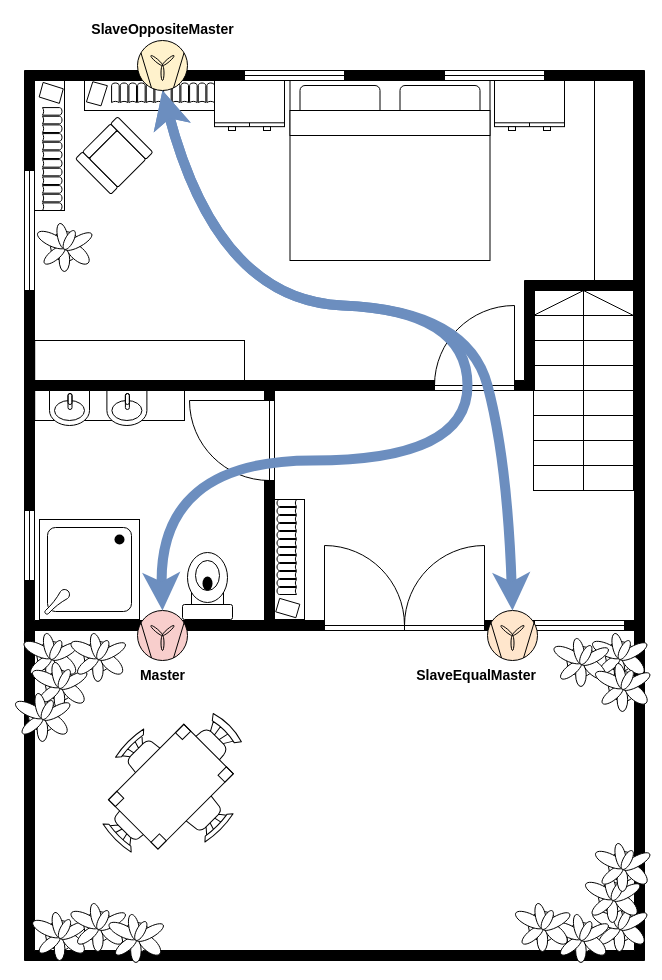
Before: page "Rooftop terrace" (2 of 2) of images/Master-Slave_explained.drawio in Flo-R1der/ambientika-smart_4_home-assistant, a draw.io diagram. Source tidied: cells renumbered, new cells numbered last; positions are measured from the earlier drawing's top-left corner, leaving out a move shared by most shapes. Both pictures are drawn from the tidied source at 100%, with x=0, y=0 at pixel (17, 40). Pictures stored in the file or linked from it are replaced by grey dashed boxes.
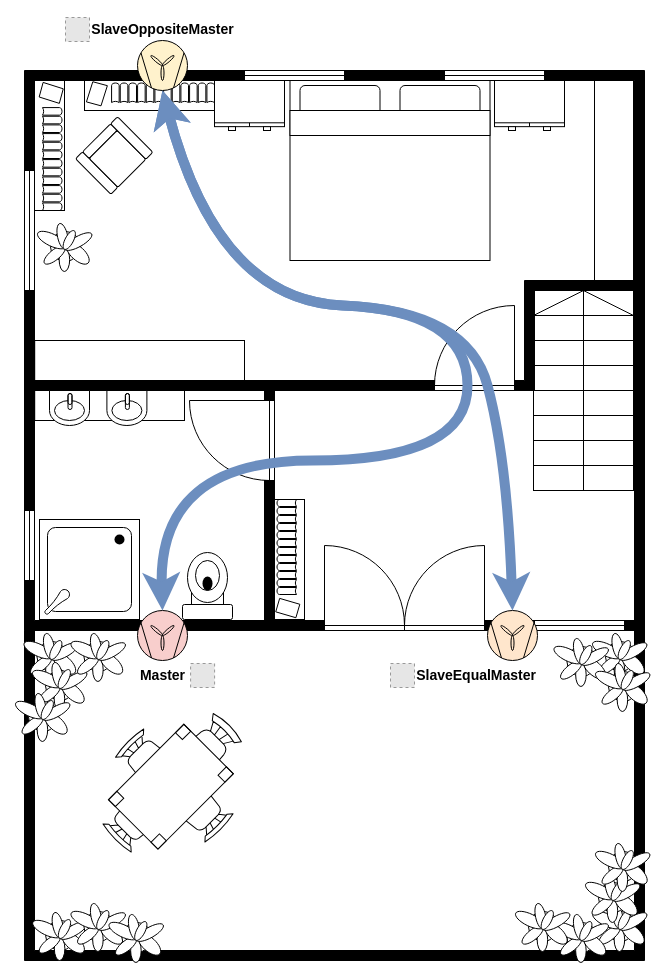
After the change.

Commit message (it also covers changes not shown here):
master+slave icons added to explanation map

Change to the diagram source:
```diff
@@
+    <mxCell id="67" style="fillColor=#E6E6E6;strokeColor=#999999;dashed=1;verticalLabelPosition=bottom;labelBackgroundColor=default;verticalAlign=top;" parent="1" vertex="1">
+      <mxGeometry x="173.1" y="623" width="24" height="24" as="geometry" />
+    </mxCell>
+    <mxCell id="68" style="fillColor=#E6E6E6;strokeColor=#999999;dashed=1;verticalLabelPosition=bottom;labelBackgroundColor=default;verticalAlign=top;" parent="1" vertex="1">
+      <mxGeometry x="373" y="623" width="24" height="24" as="geometry" />
+    </mxCell>
+    <mxCell id="69" style="fillColor=#E6E6E6;strokeColor=#999999;dashed=1;verticalLabelPosition=bottom;labelBackgroundColor=default;verticalAlign=top;" parent="1" vertex="1">
+      <mxGeometry x="48" y="-23" width="24" height="24" as="geometry" />
+    </mxCell>
```
